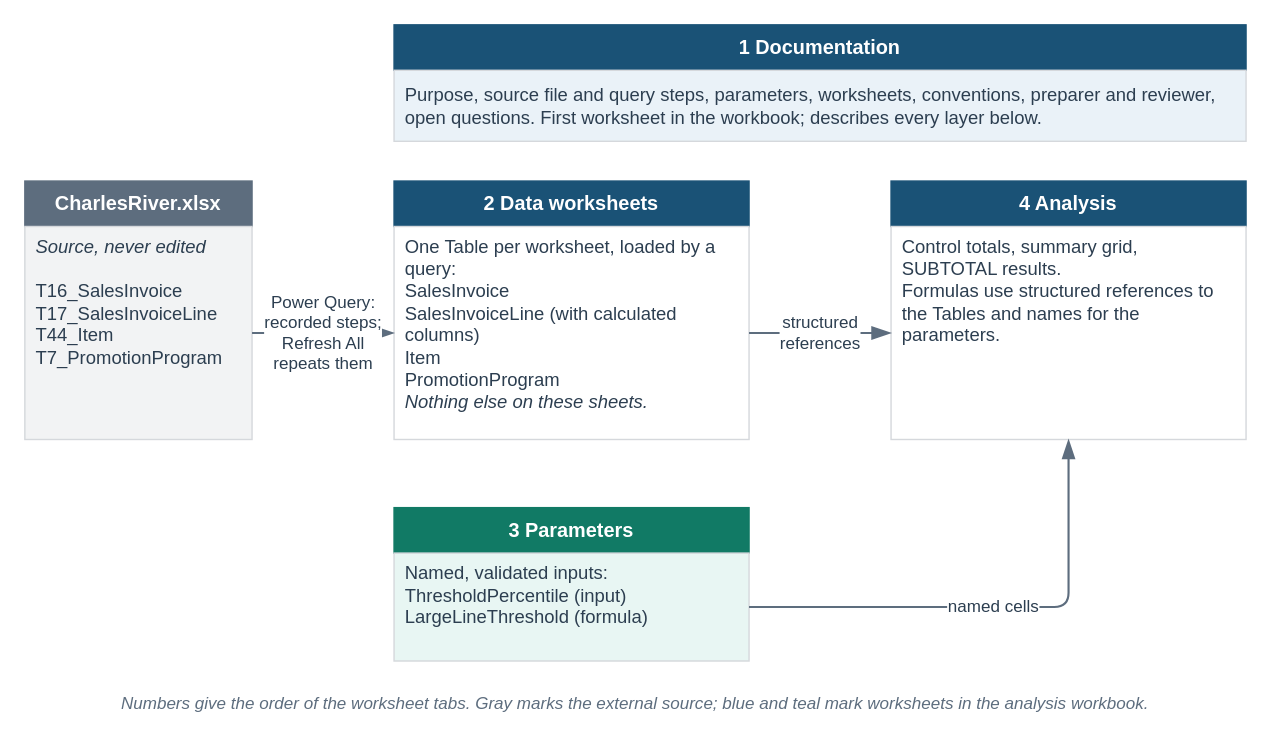
Above: visuals/src/fig-04-07-analysis-workbook-layout.drawio in mmcodesso/Accounting_Analytics_Book (draw.io), before the change. Source tidied: cells renumbered, new cells numbered last; positions are measured from the earlier drawing's top-left corner, leaving out a move shared by most shapes. Both pictures are drawn from the tidied source at 142%, with x=0, y=0 at pixel (24, 24).
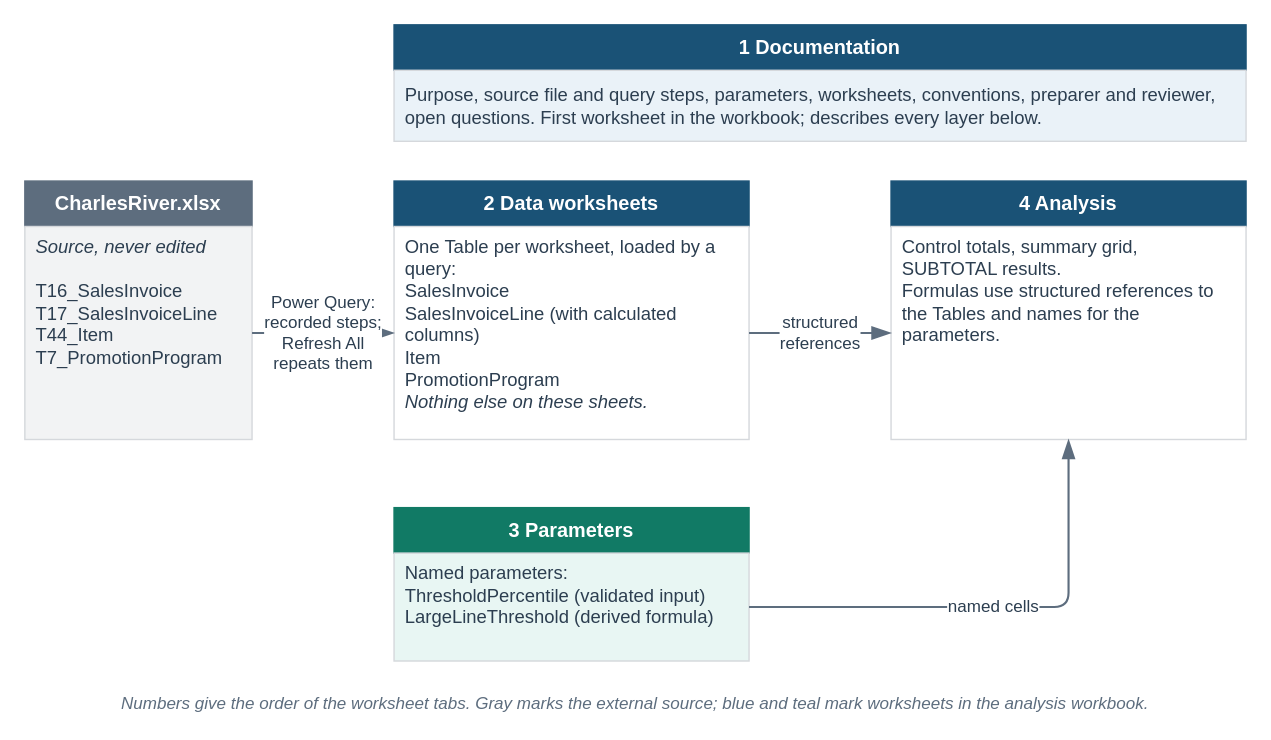
Above is the later version.

Change to the diagram source:
```diff
@@
 <mxGraphModel background="#FFFFFF">
   <root>
     <mxCell id="0" />
     <mxCell id="1" parent="0" />
     <mxCell id="2" style="rounded=0;html=1;fillColor=none;strokeColor=none;" parent="1" vertex="1">
       <mxGeometry width="860" height="486" as="geometry" />
     </mxCell>
     <mxCell id="3" value="&lt;b&gt;CharlesRiver.xlsx&lt;/b&gt;" style="rounded=0;arcSize=6;whiteSpace=wrap;html=1;fillColor=#5D6D7E;strokeColor=#5D6D7E;strokeWidth=1;fontColor=#FFFFFF;fontSize=14;fontStyle=0;align=center;verticalAlign=middle;fontFamily=Helvetica;spacingLeft=6;spacingRight=6;" parent="1" vertex="1">
       <mxGeometry y="110" width="160" height="32" as="geometry" />
     </mxCell>
     <mxCell id="4" value="&lt;i&gt;Source, never edited&lt;/i&gt;&lt;br&gt;&lt;br&gt;T16_SalesInvoice&lt;br&gt;T17_SalesInvoiceLine&lt;br&gt;T44_Item&lt;br&gt;T7_PromotionProgram" style="rounded=0;arcSize=6;whiteSpace=wrap;html=1;fillColor=#F2F3F4;strokeColor=#D5D8DC;strokeWidth=1;fontColor=#2C3E50;fontSize=13;fontStyle=0;align=left;verticalAlign=top;fontFamily=Helvetica;spacingLeft=6;spacingRight=6;" parent="1" vertex="1">
       <mxGeometry y="142" width="160" height="150" as="geometry" />
     </mxCell>
     <mxCell id="5" value="&lt;b&gt;1  Documentation&lt;/b&gt;" style="rounded=0;arcSize=6;whiteSpace=wrap;html=1;fillColor=#1A5276;strokeColor=#1A5276;strokeWidth=1;fontColor=#FFFFFF;fontSize=14;fontStyle=0;align=center;verticalAlign=middle;fontFamily=Helvetica;spacingLeft=6;spacingRight=6;" parent="1" vertex="1">
       <mxGeometry x="260" width="600" height="32" as="geometry" />
     </mxCell>
     <mxCell id="6" value="Purpose, source file and query steps, parameters, worksheets, conventions, preparer and reviewer, open questions. First worksheet in the workbook; describes every layer below." style="rounded=0;arcSize=6;whiteSpace=wrap;html=1;fillColor=#EAF2F8;strokeColor=#D5D8DC;strokeWidth=1;fontColor=#2C3E50;fontSize=13;fontStyle=0;align=left;verticalAlign=middle;fontFamily=Helvetica;spacingLeft=6;spacingRight=6;" parent="1" vertex="1">
       <mxGeometry x="260" y="32" width="600" height="50" as="geometry" />
     </mxCell>
     <mxCell id="7" value="&lt;b&gt;2  Data worksheets&lt;/b&gt;" style="rounded=0;arcSize=6;whiteSpace=wrap;html=1;fillColor=#1A5276;strokeColor=#1A5276;strokeWidth=1;fontColor=#FFFFFF;fontSize=14;fontStyle=0;align=center;verticalAlign=middle;fontFamily=Helvetica;spacingLeft=6;spacingRight=6;" parent="1" vertex="1">
       <mxGeometry x="260" y="110" width="250" height="32" as="geometry" />
     </mxCell>
     <mxCell id="8" value="One Table per worksheet, loaded by a query:&lt;br&gt;SalesInvoice&lt;br&gt;SalesInvoiceLine (with calculated columns)&lt;br&gt;Item&lt;br&gt;PromotionProgram&lt;br&gt;&lt;i&gt;Nothing else on these sheets.&lt;/i&gt;" style="rounded=0;arcSize=6;whiteSpace=wrap;html=1;fillColor=#FFFFFF;strokeColor=#D5D8DC;strokeWidth=1;fontColor=#2C3E50;fontSize=13;fontStyle=0;align=left;verticalAlign=top;fontFamily=Helvetica;spacingLeft=6;spacingRight=6;" parent="1" vertex="1">
       <mxGeometry x="260" y="142" width="250" height="150" as="geometry" />
     </mxCell>
     <mxCell id="9" value="&lt;b&gt;3  Parameters&lt;/b&gt;" style="rounded=0;arcSize=6;whiteSpace=wrap;html=1;fillColor=#117A65;strokeColor=#117A65;strokeWidth=1;fontColor=#FFFFFF;fontSize=14;fontStyle=0;align=center;verticalAlign=middle;fontFamily=Helvetica;spacingLeft=6;spacingRight=6;" parent="1" vertex="1">
       <mxGeometry x="260" y="340" width="250" height="32" as="geometry" />
     </mxCell>
-    <mxCell id="10" value="Named, validated inputs:&lt;br&gt;ThresholdPercentile (input)&lt;br&gt;LargeLineThreshold (formula)" style="rounded=0;arcSize=6;whiteSpace=wrap;html=1;fillColor=#E8F6F3;strokeColor=#D5D8DC;strokeWidth=1;fontColor=#2C3E50;fontSize=13;fontStyle=0;align=left;verticalAlign=top;fontFamily=Helvetica;spacingLeft=6;spacingRight=6;" parent="1" vertex="1">
+    <mxCell id="10" value="Named parameters:&lt;br&gt;ThresholdPercentile (validated input)&lt;br&gt;LargeLineThreshold (derived formula)" style="rounded=0;arcSize=6;whiteSpace=wrap;html=1;fillColor=#E8F6F3;strokeColor=#D5D8DC;strokeWidth=1;fontColor=#2C3E50;fontSize=13;fontStyle=0;align=left;verticalAlign=top;fontFamily=Helvetica;spacingLeft=6;spacingRight=6;" parent="1" vertex="1">
       <mxGeometry x="260" y="372" width="250" height="76" as="geometry" />
     </mxCell>
     <mxCell id="11" value="&lt;b&gt;4  Analysis&lt;/b&gt;" style="rounded=0;arcSize=6;whiteSpace=wrap;html=1;fillColor=#1A5276;strokeColor=#1A5276;strokeWidth=1;fontColor=#FFFFFF;fontSize=14;fontStyle=0;align=center;verticalAlign=middle;fontFamily=Helvetica;spacingLeft=6;spacingRight=6;" parent="1" vertex="1">
       <mxGeometry x="610" y="110" width="250" height="32" as="geometry" />
     </mxCell>
     <mxCell id="12" value="Control totals, summary grid, SUBTOTAL results.&lt;br&gt;Formulas use structured references to the Tables and names for the parameters." style="rounded=0;arcSize=6;whiteSpace=wrap;html=1;fillColor=#FFFFFF;strokeColor=#D5D8DC;strokeWidth=1;fontColor=#2C3E50;fontSize=13;fontStyle=0;align=left;verticalAlign=top;fontFamily=Helvetica;spacingLeft=6;spacingRight=6;" parent="1" vertex="1">
       <mxGeometry x="610" y="142" width="250" height="150" as="geometry" />
     </mxCell>
     <mxCell id="13" value="Power Query:&lt;br&gt;recorded steps;&lt;br&gt;Refresh All&lt;br&gt;repeats them" style="edgeStyle=orthogonalEdgeStyle;rounded=1;html=1;startArrow=none;endArrow=blockThin;startFill=0;endFill=1;startSize=10;endSize=10;strokeColor=#5D6D7E;strokeWidth=1.5;fontSize=12;fontColor=#2C3E50;fontFamily=Helvetica;labelBackgroundColor=#FFFFFF;exitX=1;exitY=0.5;exitDx=0;exitDy=0;entryX=0;entryY=0.5;entryDx=0;entryDy=0;" parent="1" edge="1" source="4" target="8">
       <mxGeometry relative="1" as="geometry" />
     </mxCell>
     <mxCell id="14" value="structured&lt;br&gt;references" style="edgeStyle=orthogonalEdgeStyle;rounded=1;html=1;startArrow=none;endArrow=blockThin;startFill=0;endFill=1;startSize=10;endSize=10;strokeColor=#5D6D7E;strokeWidth=1.5;fontSize=12;fontColor=#2C3E50;fontFamily=Helvetica;labelBackgroundColor=#FFFFFF;exitX=1;exitY=0.5;exitDx=0;exitDy=0;entryX=0;entryY=0.5;entryDx=0;entryDy=0;" parent="1" edge="1" source="8" target="12">
       <mxGeometry relative="1" as="geometry" />
     </mxCell>
     <mxCell id="15" value="named cells" style="edgeStyle=orthogonalEdgeStyle;rounded=1;html=1;startArrow=none;endArrow=blockThin;startFill=0;endFill=1;startSize=10;endSize=10;strokeColor=#5D6D7E;strokeWidth=1.5;fontSize=12;fontColor=#2C3E50;fontFamily=Helvetica;labelBackgroundColor=#FFFFFF;exitX=1;exitY=0.5;exitDx=0;exitDy=0;entryX=0.5;entryY=1;entryDx=0;entryDy=0;" parent="1" edge="1" source="10" target="12">
       <mxGeometry relative="1" as="geometry">
         <Array as="points">
           <mxPoint x="735" y="410" />
         </Array>
       </mxGeometry>
     </mxCell>
     <mxCell id="16" value="&lt;i&gt;Numbers give the order of the worksheet tabs. Gray marks the external source; blue and teal mark worksheets in the analysis workbook.&lt;/i&gt;" style="text;html=1;whiteSpace=wrap;align=center;verticalAlign=top;fontSize=12;fontColor=#5D6D7E;fontStyle=0;fontFamily=Helvetica;spacing=2;fillColor=none;strokeColor=none;" parent="1" vertex="1">
       <mxGeometry y="464" width="860" height="20" as="geometry" />
     </mxCell>
   </root>
 </mxGraphModel>
```
